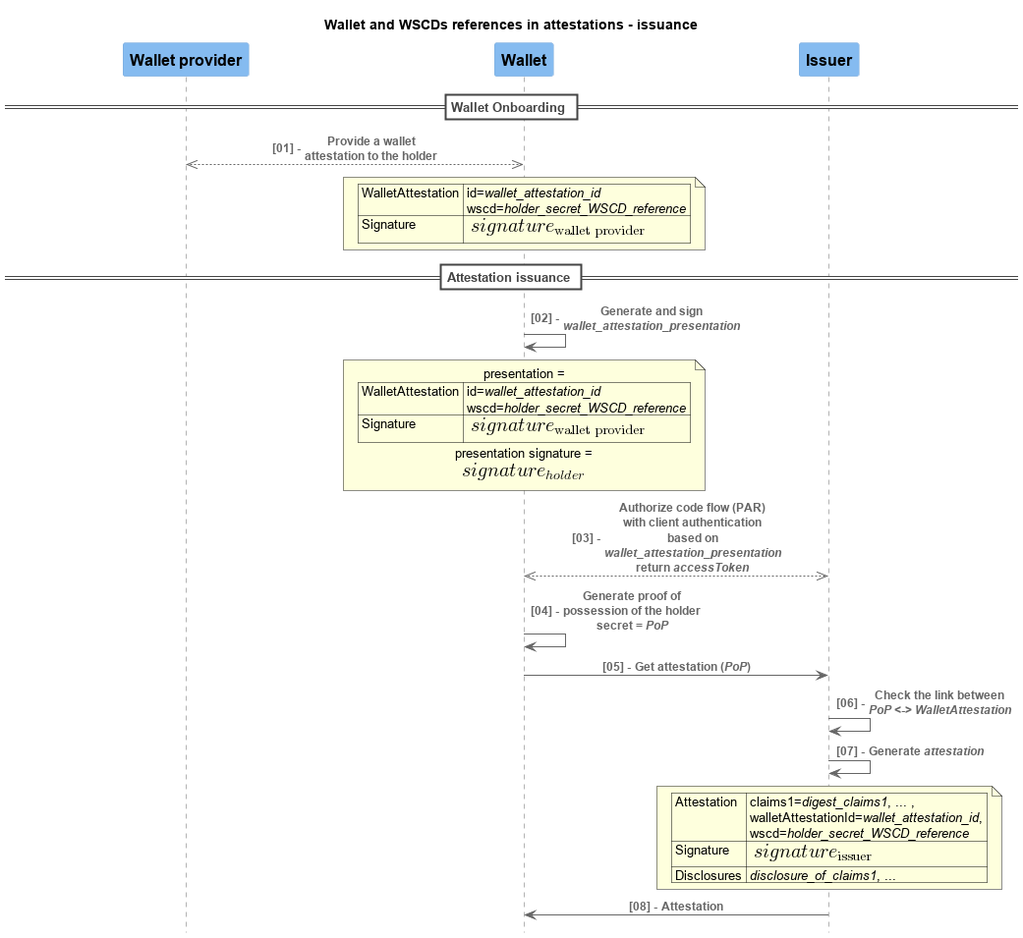
Before: media/1/wallet-attestation-references-issuance.png, a diagram exported from PlantUML (Orange-OpenSource/BBS-SHARP-doc-eudi-wallet). Source of this version:
```plantuml
@startuml 1/wallet-attestation-references-issuance
title Wallet and WSCDs references in attestations - issuance

skinparam ParticipantPadding 120

!include <c4/C4_Context.puml>
!include <c4/C4_Container.puml>
!include <c4/C4_Component.puml>
!include <c4/C4_Dynamic.puml>
!include <c4/C4_Sequence.puml>
!include <office/Users/user.puml>
!include <office/Users/mobile_user.puml>

HIDE_STEREOTYPE()
autonumber "<b>[00] - "

Component(walletp, "Wallet provider")
Component(wallet, "Wallet")
Component(issuer, "Issuer")

== Wallet Onboarding ==
BiRel(walletp, wallet, "Provide a wallet attestation to the holder")
note over wallet
| WalletAttestation | id=//wallet_attestation_id// \n wscd=//holder_secret_WSCD_reference// |
| Signature | <math>signature_("wallet provider")</math> |
end note

== Attestation issuance ==
Rel(wallet, wallet, "Generate and sign //wallet_attestation_presentation//")
note over wallet
presentation =
| WalletAttestation | id=//wallet_attestation_id// \n wscd=//holder_secret_WSCD_reference// |
| Signature | <math>signature_("wallet provider")</math> |
presentation signature = <math>signature_(holder)</math>
end note

BiRel(wallet, issuer, "Authorize code flow (PAR) \nwith client authentication based on //wallet_attestation_presentation// \nreturn //accessToken//")
Rel(wallet, wallet, "Generate proof of possession of the holder secret = //PoP//")
Rel(wallet, issuer, "Get attestation (//PoP//)")
Rel(issuer, issuer, "Check the link between //PoP// <-> //WalletAttestation//")
Rel(issuer, issuer, "Generate //attestation//")
note over issuer
| Attestation | claims1=//digest_claims1//, ... , \n walletAttestationId=//wallet_attestation_id//, \n wscd=//holder_secret_WSCD_reference// |
| Signature | <math>signature_("issuer")</math> |
| Disclosures | //disclosure_of_claims1//, ... |
end note
Rel(issuer, wallet, "Attestation")

@enduml
```
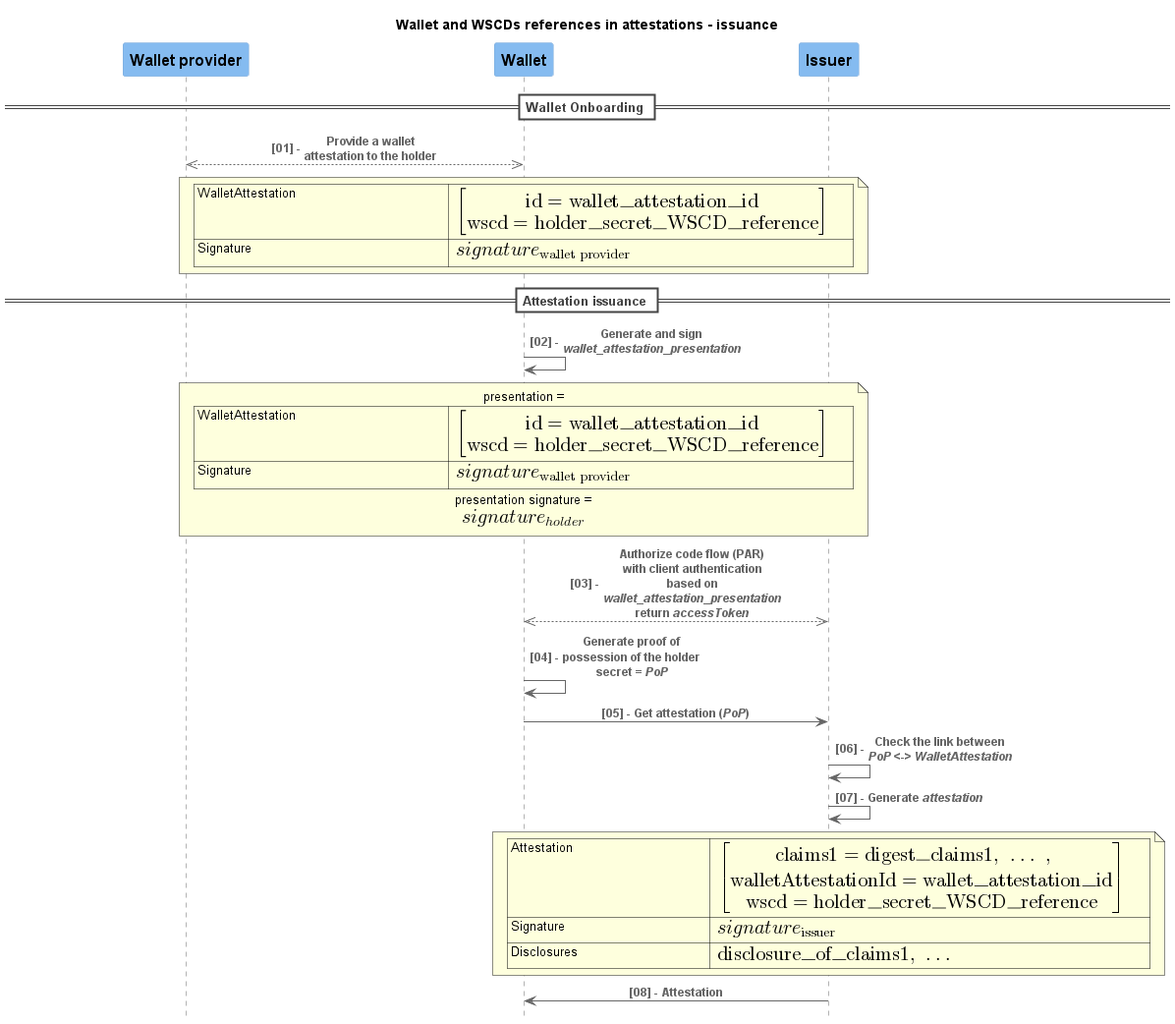
After the commit.

Diff of the diagram source:
```diff
@@ -21,7 +21,7 @@
 == Wallet Onboarding ==
 BiRel(walletp, wallet, "Provide a wallet attestation to the holder")
 note over wallet
-| WalletAttestation | id=//wallet_attestation_id// \n wscd=//holder_secret_WSCD_reference// |
+| WalletAttestation | <math> [["id=wallet_attestation_id"],["wscd=holder_secret_WSCD_reference"]]</math> |
 | Signature | <math>signature_("wallet provider")</math> |
 end note
 
@@ -29,7 +29,7 @@
 Rel(wallet, wallet, "Generate and sign //wallet_attestation_presentation//")
 note over wallet
 presentation =
-| WalletAttestation | id=//wallet_attestation_id// \n wscd=//holder_secret_WSCD_reference// |
+| WalletAttestation | <math> [["id=wallet_attestation_id"],["wscd=holder_secret_WSCD_reference"]]</math> |
 | Signature | <math>signature_("wallet provider")</math> |
 presentation signature = <math>signature_(holder)</math>
 end note
@@ -40,9 +40,9 @@
 Rel(issuer, issuer, "Check the link between //PoP// <-> //WalletAttestation//")
 Rel(issuer, issuer, "Generate //attestation//")
 note over issuer
-| Attestation | claims1=//digest_claims1//, ... , \n walletAttestationId=//wallet_attestation_id//, \n wscd=//holder_secret_WSCD_reference// |
+| Attestation | <math> [["claims1=digest_claims1, ... , "],["walletAttestationId=wallet_attestation_id"],["wscd=holder_secret_WSCD_reference"]]</math> |
 | Signature | <math>signature_("issuer")</math> |
-| Disclosures | //disclosure_of_claims1//, ... |
+| Disclosures | <math>"disclosure_of_claims1, ..."</math> |
 end note
 Rel(issuer, wallet, "Attestation")
 
```
